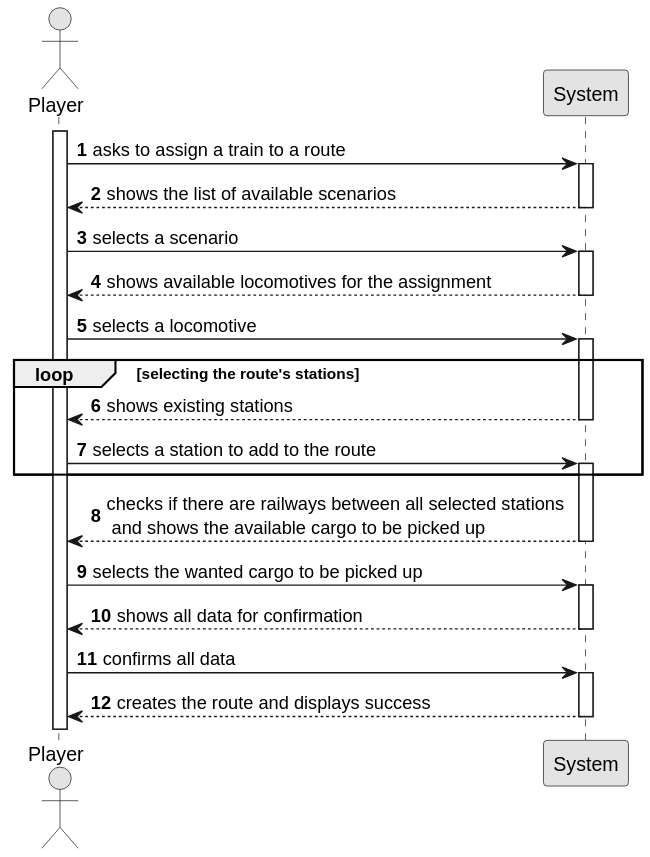
This is Sprint3/US010/01.requirements-engineering/svg/US010-SSD.svg from 1240935/pi2-railway-simulator, a PlantUML export, as it was before one commit.
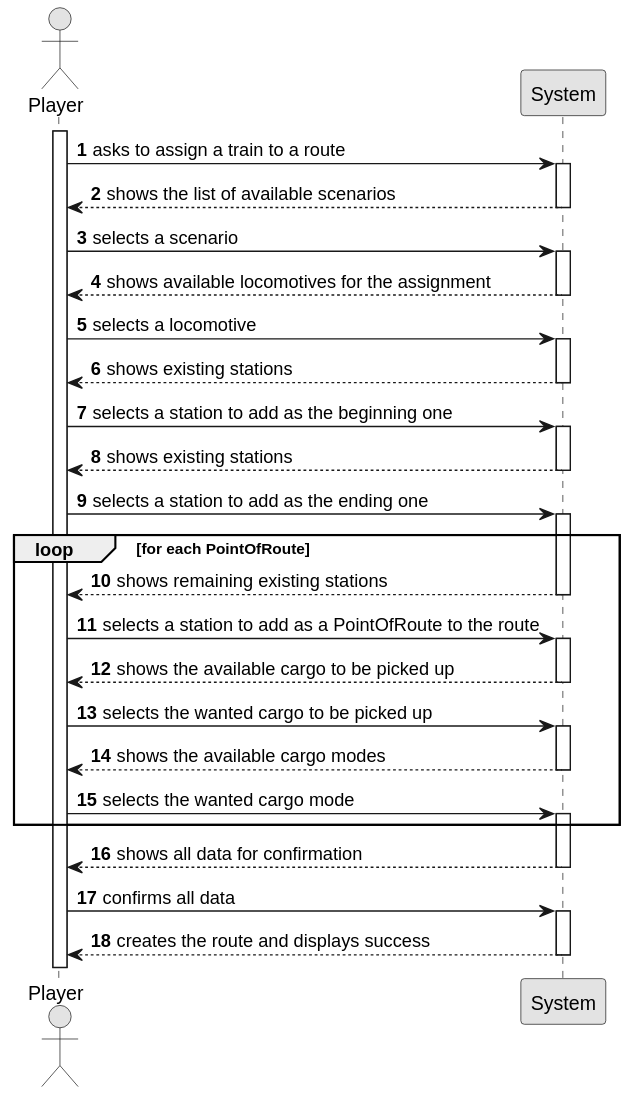
The same file after the commit.

What changed in the source:
```diff
@@ -25,21 +25,39 @@
     Employee -> System : selects a locomotive
     activate System
 
-    loop selecting the route's stations
+    System --> Employee : shows existing stations
+    deactivate System
+
+    Employee -> System : selects a station to add as the beginning one
+    activate System
 
     System --> Employee : shows existing stations
     deactivate System
 
-    Employee -> System : selects a station to add to the route
+    Employee -> System : selects a station to add as the ending one
     activate System
 
-    end loop
+    loop for each PointOfRoute
 
-    System --> Employee: checks if there are railways between all selected stations \n and shows the available cargo to be picked up
+    System --> Employee : shows remaining existing stations
+    deactivate System
+
+    Employee -> System : selects a station to add as a PointOfRoute to the route
+    activate System
+
+    System --> Employee: shows the available cargo to be picked up
     deactivate System
 
     Employee -> System: selects the wanted cargo to be picked up
     activate System
+
+    System --> Employee: shows the available cargo modes
+    deactivate System
+
+    Employee -> System: selects the wanted cargo mode
+    activate System
+
+    end loop
 
     System --> Employee: shows all data for confirmation
     deactivate System
```
